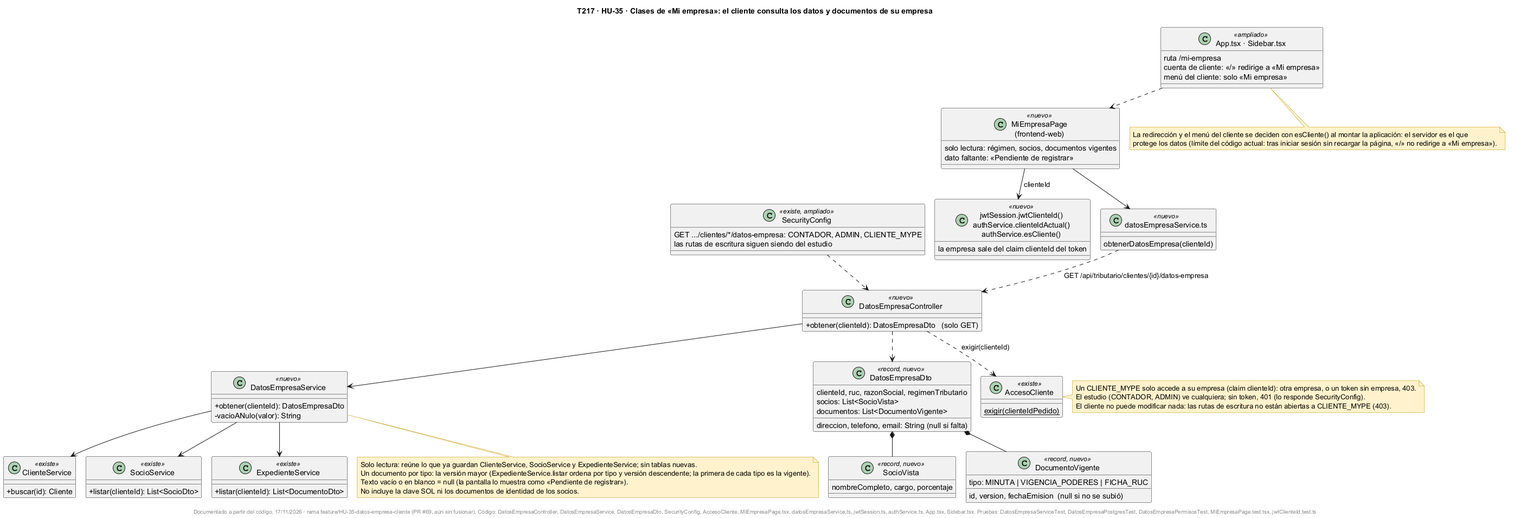
Above: docs/uml/img/T217-HU35-clases.png in fabianrodriguez33/plus-contable (PlantUML), before the change.
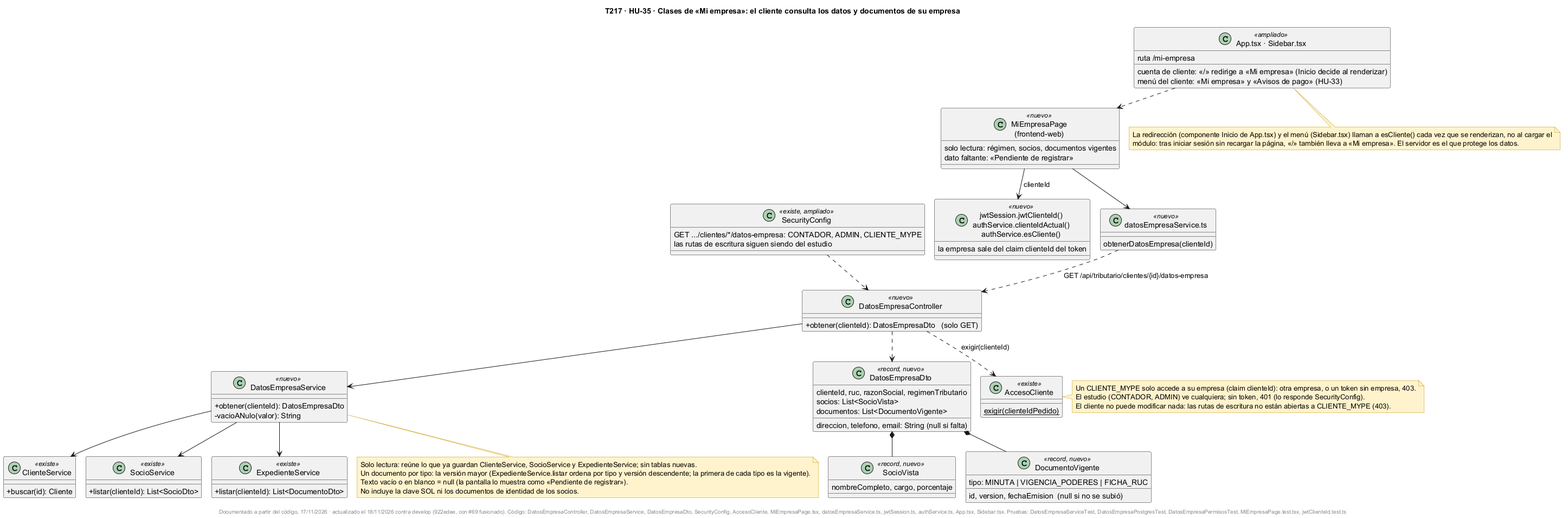
After the commit.

Commit message:
Diagramas de HU-33, HU-35 y HU-34 actualizados con develop: pantalla «Avisos de pago», redirección al renderizar, 401 que borra la copia local y caché versionado

The edit, as a diff of the source:
```diff
@@ -63,8 +63,8 @@
 
 class "App.tsx · Sidebar.tsx" as Nav <<ampliado>> {
   ruta /mi-empresa
-  cuenta de cliente: «/» redirige a «Mi empresa»
-  menú del cliente: solo «Mi empresa»
+  cuenta de cliente: «/» redirige a «Mi empresa» (Inicio decide al renderizar)
+  menú del cliente: «Mi empresa» y «Avisos de pago» (HU-33)
 }
 
 class "datosEmpresaService.ts" as Srv <<nuevo>> {
@@ -99,9 +99,9 @@
 end note
 
 note bottom of Nav
-  La redirección y el menú del cliente se deciden con esCliente() al montar la aplicación: el servidor es el que
-  protege los datos (límite del código actual: tras iniciar sesión sin recargar la página, «/» no redirige a «Mi empresa»).
+  La redirección (componente Inicio de App.tsx) y el menú (Sidebar.tsx) llaman a esCliente() cada vez que se renderizan, no al cargar el
+  módulo: tras iniciar sesión sin recargar la página, «/» también lleva a «Mi empresa». El servidor es el que protege los datos.
 end note
 
-footer Documentado a partir del código, 17/11/2026 · rama feature/HU-35-datos-empresa-cliente (PR #69, aún sin fusionar). Código: DatosEmpresaController, DatosEmpresaService, DatosEmpresaDto, SecurityConfig, AccesoCliente, MiEmpresaPage.tsx, datosEmpresaService.ts, jwtSession.ts, authService.ts, App.tsx, Sidebar.tsx. Pruebas: DatosEmpresaServiceTest, DatosEmpresaPostgresTest, DatosEmpresaPermisosTest, MiEmpresaPage.test.tsx, jwtClienteId.test.ts
+footer Documentado a partir del código, 17/11/2026 · actualizado el 18/11/2026 contra develop (922edee, con #69 fusionado). Código: DatosEmpresaController, DatosEmpresaService, DatosEmpresaDto, SecurityConfig, AccesoCliente, MiEmpresaPage.tsx, datosEmpresaService.ts, jwtSession.ts, authService.ts, App.tsx, Sidebar.tsx. Pruebas: DatosEmpresaServiceTest, DatosEmpresaPostgresTest, DatosEmpresaPermisosTest, MiEmpresaPage.test.tsx, jwtClienteId.test.ts
 @enduml
```
